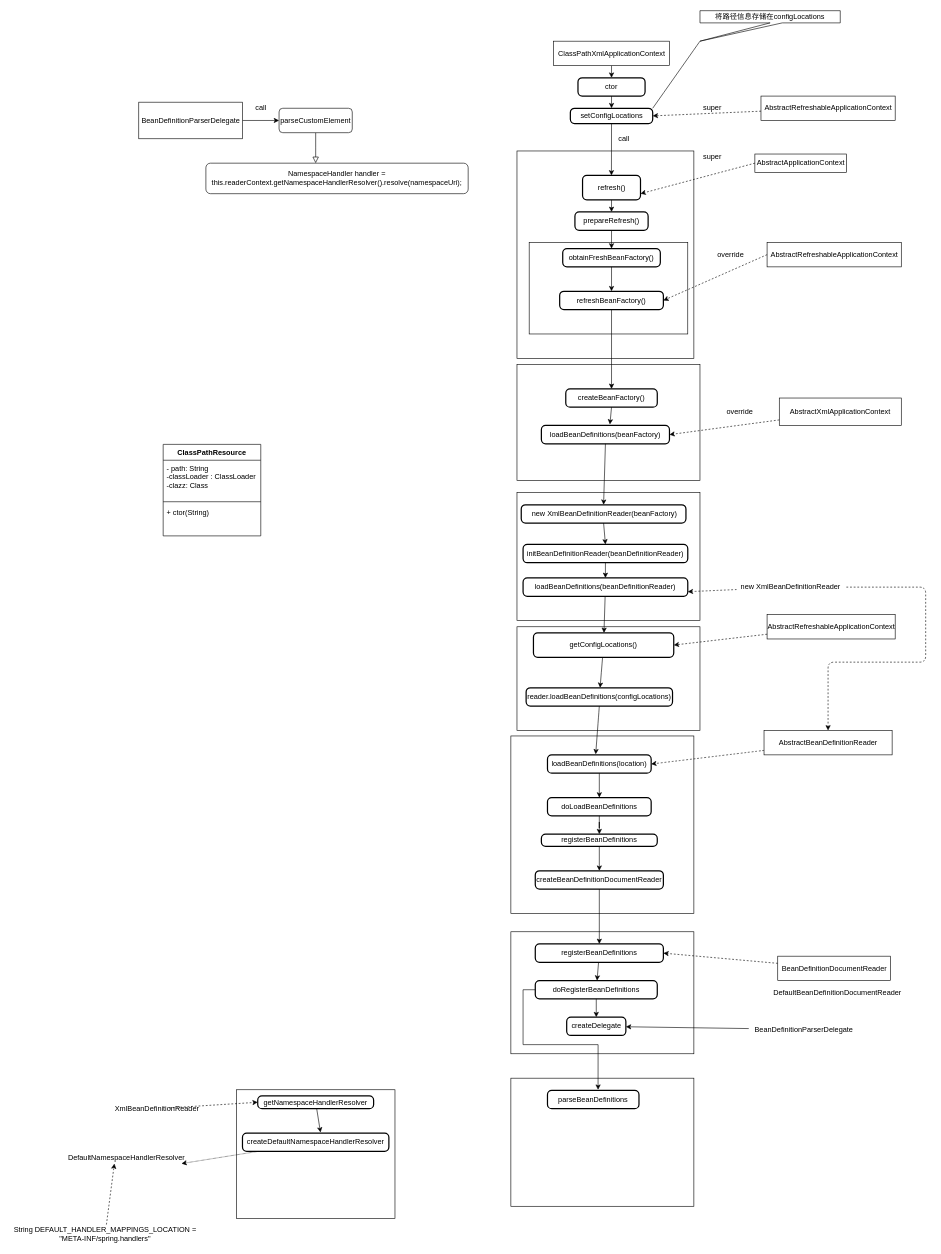
Above: diagrams/springframework1.drawio in arxobject/spring_analysis (draw.io), before the change. Source tidied: cells renumbered, new cells numbered last; positions are measured from the earlier drawing's top-left corner, leaving out a move shared by most shapes. Both pictures are drawn from the tidied source at 61%, with x=0, y=0 at pixel (10, 10).
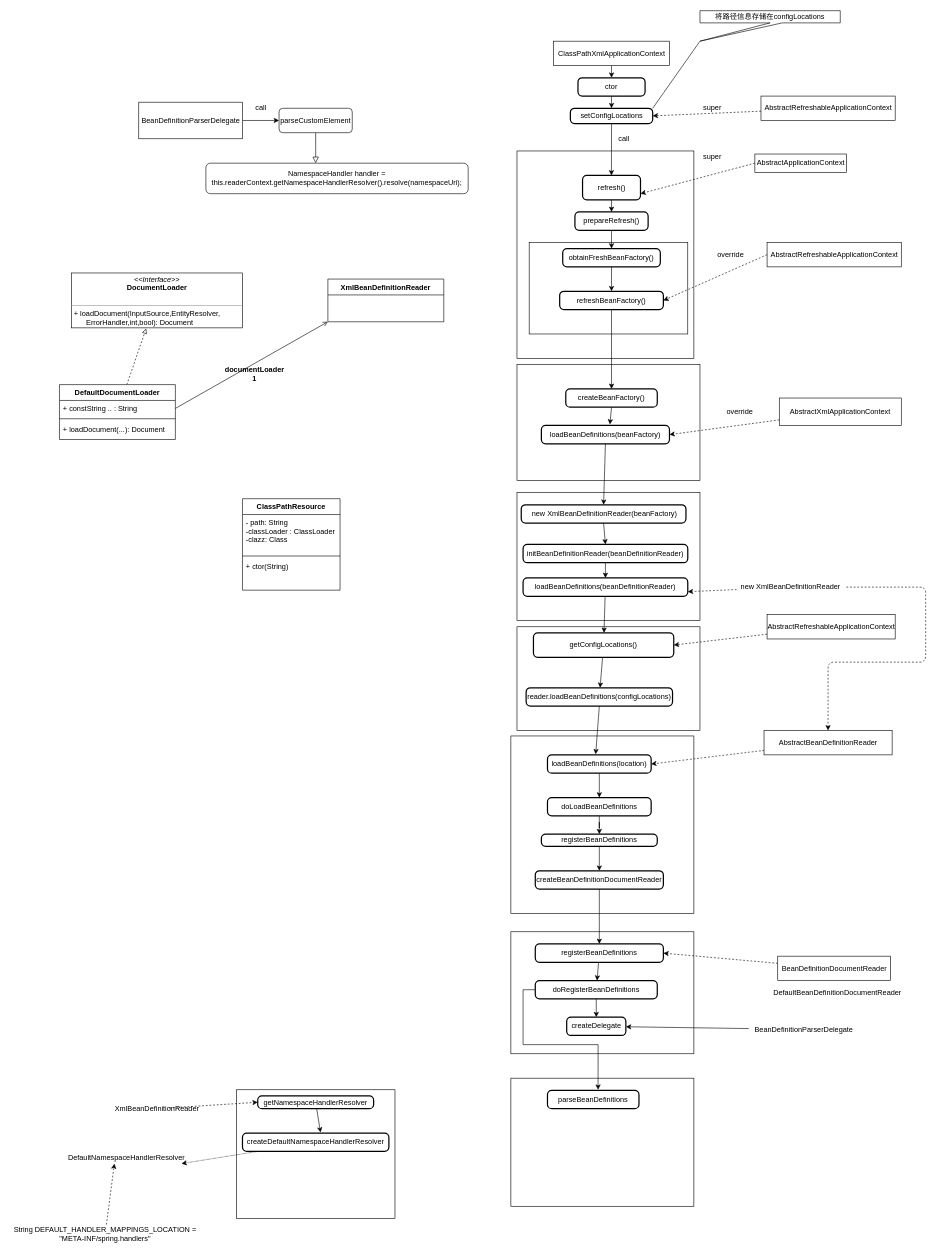
The same diagram, later.

Change to the diagram source:
```diff
@@
     <mxCell id="37" value="ClassPathResource" style="swimlane;fontStyle=1;align=center;verticalAlign=top;horizontal=1;startSize=26;fillColor=none;" parent="1" vertex="1">
-      <mxGeometry x="250" y="711" width="160" height="150" as="geometry" />
+      <mxGeometry x="380" y="800" width="160" height="150" as="geometry" />
     </mxCell>
@@
+    <mxCell id="101" value="&lt;p style=&quot;margin: 0px ; margin-top: 4px ; text-align: center&quot;&gt;&lt;i&gt;&amp;lt;&amp;lt;Interface&amp;gt;&amp;gt;&lt;/i&gt;&lt;br&gt;&lt;b&gt;DocumentLoader&lt;/b&gt;&lt;br&gt;&lt;/p&gt;&lt;p style=&quot;margin: 0px ; margin-left: 4px&quot;&gt;&lt;br&gt;&lt;/p&gt;&lt;hr size=&quot;1&quot;&gt;&lt;p style=&quot;margin: 0px ; margin-left: 4px&quot;&gt;+ loadDocument(InputSource,EntityResolver,&lt;/p&gt;&lt;p style=&quot;margin: 0px ; margin-left: 4px&quot;&gt;&amp;nbsp; &amp;nbsp; &amp;nbsp; ErrorHandler,int,bool): Document&lt;br&gt;&lt;/p&gt;" style="verticalAlign=top;align=left;overflow=fill;fontSize=12;fontFamily=Helvetica;html=1;" parent="1" vertex="1">
+      <mxGeometry x="100" y="430" width="280" height="90" as="geometry" />
+    </mxCell>
+    <mxCell id="102" value="XmlBeanDefinitionReader" style="swimlane;fontStyle=1;align=center;verticalAlign=top;horizontal=1;startSize=26;" parent="1" vertex="1">
+      <mxGeometry x="520" y="440" width="190" height="70" as="geometry" />
+    </mxCell>
+    <mxCell id="103" style="rounded=0;jettySize=auto;html=1;entryX=0.436;entryY=1.011;entryDx=0;entryDy=0;entryPerimeter=0;dashed=1;endArrow=block;endFill=0;" parent="1" edge="1" source="104" target="101">
+      <mxGeometry relative="1" as="geometry" />
+    </mxCell>
+    <mxCell id="104" value="DefaultDocumentLoader" style="swimlane;fontStyle=1;align=center;verticalAlign=top;horizontal=1;startSize=26;" parent="1" vertex="1">
+      <mxGeometry x="80" y="613" width="190" height="90" as="geometry" />
+    </mxCell>
+    <mxCell id="105" value="+ constString .. : String" style="text;strokeColor=none;fillColor=none;align=left;verticalAlign=top;spacingLeft=4;spacingRight=4;overflow=hidden;points=[[0,0.5],[1,0.5]];portConstraint=eastwest;" parent="104" vertex="1">
+      <mxGeometry y="26" width="190" height="26" as="geometry" />
+    </mxCell>
+    <mxCell id="106" style="line;strokeWidth=1;fillColor=none;align=left;verticalAlign=middle;spacingTop=-1;spacingLeft=3;spacingRight=3;labelPosition=right;" parent="104" vertex="1">
+      <mxGeometry y="52" width="190" height="8" as="geometry" />
+    </mxCell>
+    <mxCell id="107" value="+ loadDocument(...): Document" style="text;strokeColor=none;fillColor=none;align=left;verticalAlign=top;spacingLeft=4;spacingRight=4;overflow=hidden;" parent="104" vertex="1">
+      <mxGeometry y="60" width="190" height="30" as="geometry" />
+    </mxCell>
+    <mxCell id="108" style="edgeStyle=none;rounded=0;jettySize=auto;html=1;endArrow=open;endFill=0;exitX=1;exitY=0.5;exitDx=0;exitDy=0;" parent="1" edge="1" source="105">
+      <mxGeometry relative="1" as="geometry">
+        <mxPoint x="520" y="510" as="targetPoint" />
+      </mxGeometry>
+    </mxCell>
+    <mxCell id="109" value="documentLoader&#10;1" style="text;align=center;fontStyle=1;verticalAlign=middle;spacingLeft=3;spacingRight=3;strokeColor=none;" parent="1" vertex="1">
+      <mxGeometry x="360" y="580" width="80" height="30" as="geometry" />
+    </mxCell>
```
